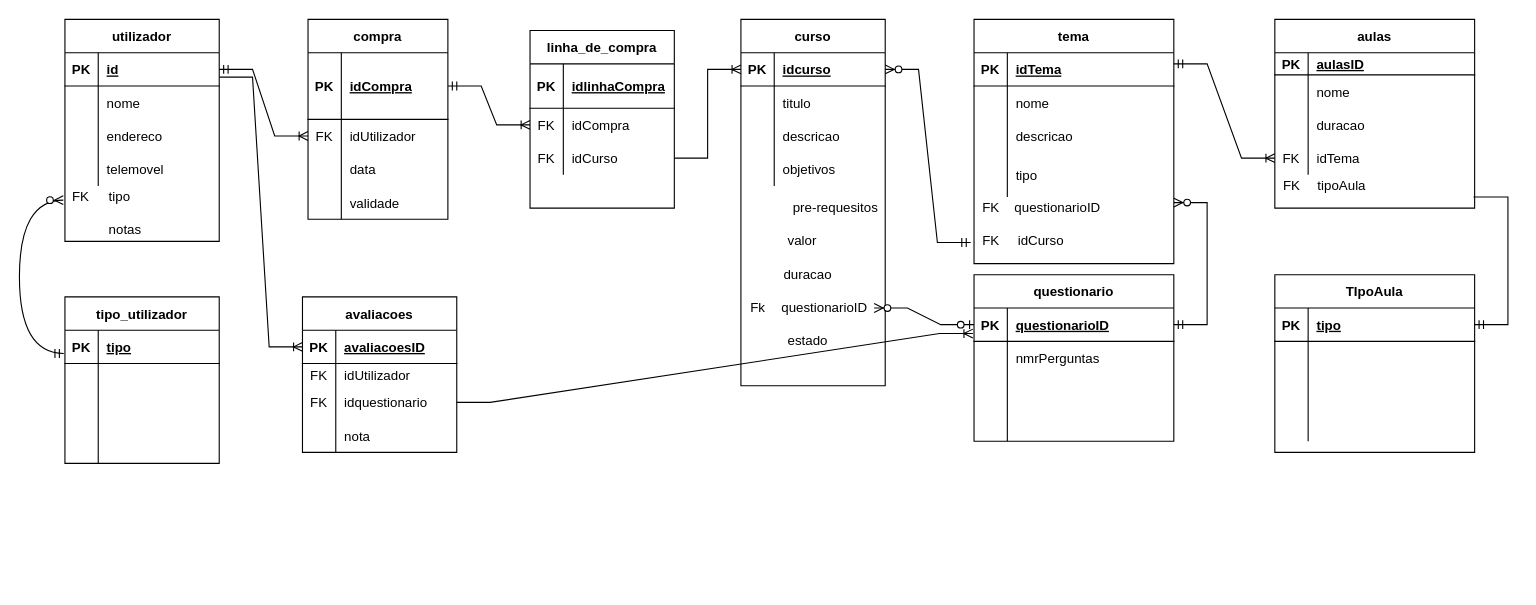
Above: baseDeDados.drawio in Fabiomesquita10/stuff (draw.io), before the change. Source tidied: cells renumbered, new cells numbered last; positions are measured from the earlier drawing's top-left corner, leaving out a move shared by most shapes. Both pictures are drawn from the tidied source at 111%, with x=0, y=0 at pixel (19, 19).
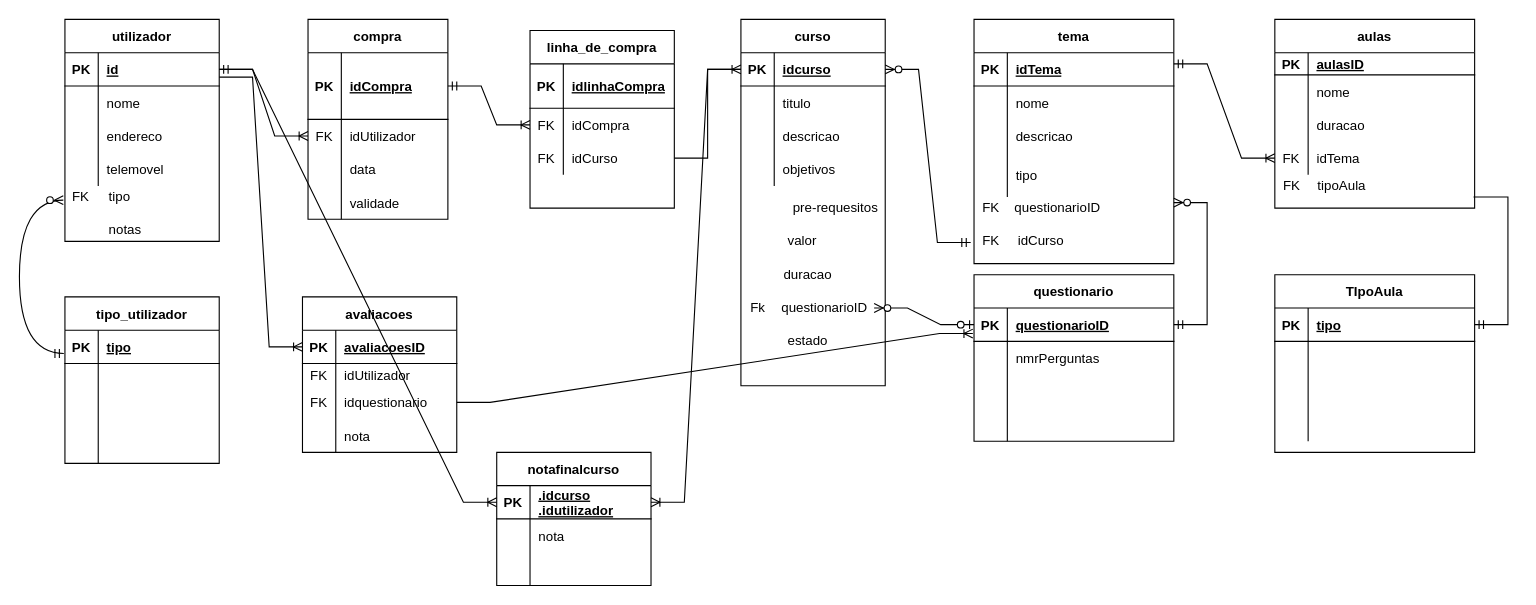
Above is the later version.

The change refers to these unchanged cells:
```xml
<mxCell id="3" style="shape=partialRectangle;fillColor=none;top=0;left=0;bottom=1;right=0;points=[[0,0.5],[1,0.5]];portConstraint=eastwest;" parent="2" vertex="1">
  <mxGeometry y="30" width="139" height="30" as="geometry" />
</mxCell>
<mxCell id="16" style="shape=partialRectangle;fillColor=none;top=0;left=0;bottom=1;right=0;points=[[0,0.5],[1,0.5]];portConstraint=eastwest;" parent="15" vertex="1">
  <mxGeometry y="30" width="130" height="30" as="geometry" />
</mxCell>
```

Change to the diagram source:
```diff
@@
+    <mxCell id="155" value="notafinalcurso" style="shape=table;startSize=30;childLayout=tableLayout;rowLines=0;fontStyle=1;align=center;" parent="1" vertex="1">
+      <mxGeometry x="430" y="390" width="139" height="120" as="geometry" />
+    </mxCell>
+    <mxCell id="156" style="shape=partialRectangle;fillColor=none;top=0;left=0;bottom=1;right=0;points=[[0,0.5],[1,0.5]];portConstraint=eastwest;" parent="155" vertex="1">
+      <mxGeometry y="30" width="139" height="30" as="geometry" />
+    </mxCell>
+    <mxCell id="157" value="PK" style="shape=partialRectangle;fillColor=none;top=0;left=0;bottom=0;right=0;fontStyle=1;overflow=hidden;" parent="156" vertex="1">
+      <mxGeometry width="30" height="30" as="geometry" />
+    </mxCell>
+    <mxCell id="158" value=".idcurso&#10;.idutilizador" style="shape=partialRectangle;fillColor=none;top=0;left=0;bottom=0;right=0;align=left;spacingLeft=6;fontStyle=5;overflow=hidden;" parent="156" vertex="1">
+      <mxGeometry x="30" width="109" height="30" as="geometry" />
+    </mxCell>
+    <mxCell id="159" style="shape=partialRectangle;fillColor=none;top=0;left=0;bottom=0;right=0;" parent="155" vertex="1">
+      <mxGeometry y="60" width="139" height="30" as="geometry" />
+    </mxCell>
+    <mxCell id="160" style="shape=partialRectangle;fillColor=none;top=0;left=0;bottom=0;right=0;overflow=hidden;" parent="159" vertex="1">
+      <mxGeometry width="30" height="30" as="geometry" />
+    </mxCell>
+    <mxCell id="161" value="nota" style="shape=partialRectangle;fillColor=none;top=0;left=0;bottom=0;right=0;align=left;spacingLeft=6;overflow=hidden;" parent="159" vertex="1">
+      <mxGeometry x="30" width="109" height="30" as="geometry" />
+    </mxCell>
+    <mxCell id="162" style="shape=partialRectangle;fillColor=none;top=0;left=0;bottom=0;right=0;" parent="155" vertex="1">
+      <mxGeometry y="90" width="139" height="30" as="geometry" />
+    </mxCell>
+    <mxCell id="163" style="shape=partialRectangle;fillColor=none;top=0;left=0;bottom=0;right=0;overflow=hidden;" parent="162" vertex="1">
+      <mxGeometry width="30" height="30" as="geometry" />
+    </mxCell>
+    <mxCell id="164" style="shape=partialRectangle;fillColor=none;top=0;left=0;bottom=0;right=0;align=left;spacingLeft=6;overflow=hidden;" parent="162" vertex="1">
+      <mxGeometry x="30" width="109" height="30" as="geometry" />
+    </mxCell>
+    <mxCell id="165" style="edgeStyle=entityRelationEdgeStyle;fontSize=12;html=1;endArrow=ERoneToMany;rounded=0;entryX=1;entryY=0.5;entryDx=0;entryDy=0;exitX=0;exitY=0.5;exitDx=0;exitDy=0;" parent="1" edge="1" source="16" target="156">
+      <mxGeometry relative="1" as="geometry" />
+    </mxCell>
+    <mxCell id="166" style="edgeStyle=entityRelationEdgeStyle;fontSize=12;html=1;endArrow=ERoneToMany;rounded=0;exitX=1;exitY=0.5;exitDx=0;exitDy=0;" parent="1" edge="1" source="3" target="156">
+      <mxGeometry relative="1" as="geometry" />
+    </mxCell>
```
